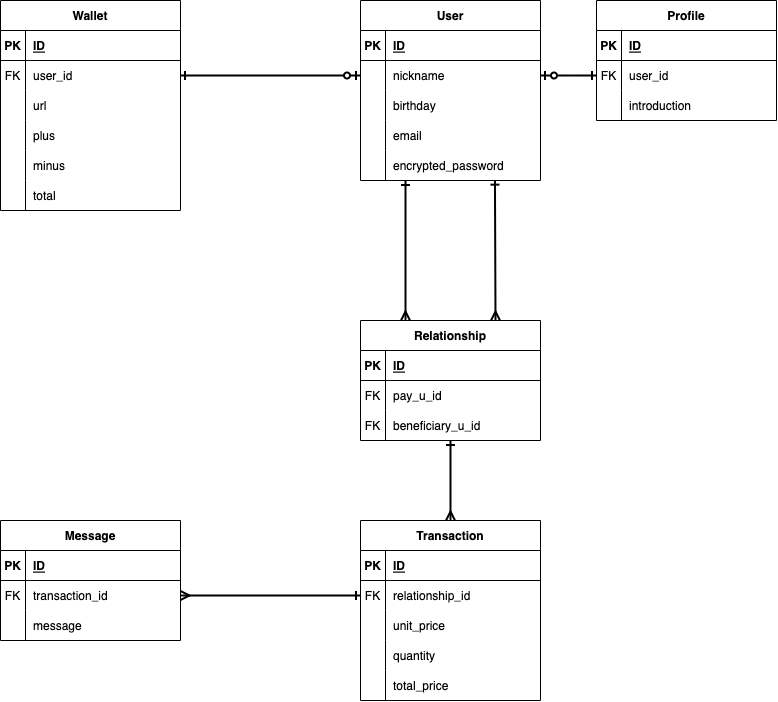
The draw.io diagram .drawio.png in KayKawa/moji-wallet, before a commit. Source tidied: cells renumbered, new cells last; positions are measured from the earlier drawing's top-left corner, leaving out a move shared by most shapes.
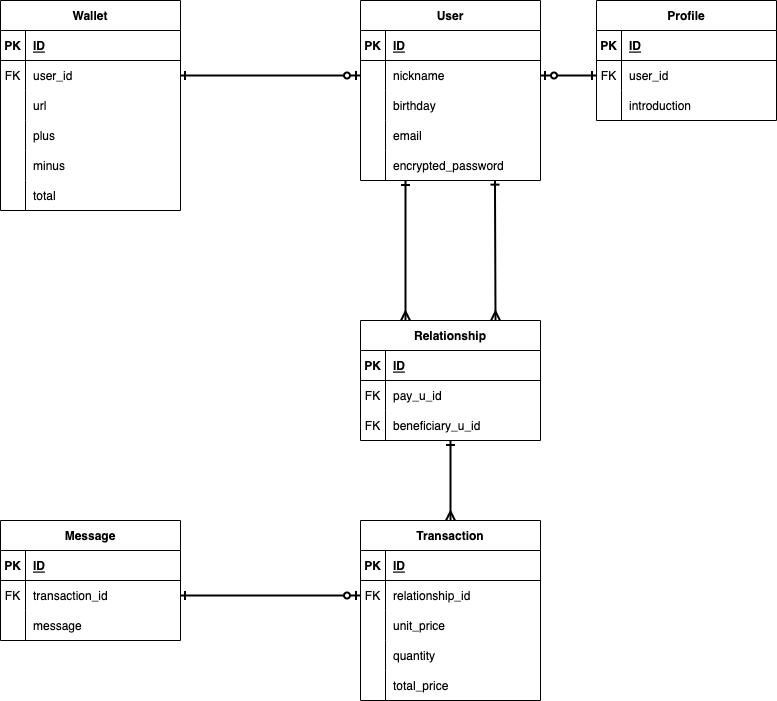
The same file after the commit.

Commit message:
DB設計の変更

The edit, as a diff of the source:
```diff
@@ -260,7 +260,7 @@
     <mxCell id="87" value="beneficiary_u_id" style="shape=partialRectangle;fillColor=none;top=0;left=0;bottom=0;right=0;align=left;spacingLeft=6;overflow=hidden;" parent="85" vertex="1">
       <mxGeometry x="25" width="155" height="30" as="geometry" />
     </mxCell>
-    <mxCell id="88" style="edgeStyle=none;html=1;entryX=1;entryY=0.5;entryDx=0;entryDy=0;startArrow=ERone;startFill=0;endArrow=ERmany;endFill=0;strokeWidth=2;" parent="1" edge="1" source="54" target="70">
+    <mxCell id="88" style="edgeStyle=none;html=1;entryX=1;entryY=0.5;entryDx=0;entryDy=0;startArrow=ERzeroToOne;startFill=0;endArrow=ERone;endFill=0;strokeWidth=2;" parent="1" edge="1" source="54" target="70">
       <mxGeometry relative="1" as="geometry" />
     </mxCell>
   </root>
```
